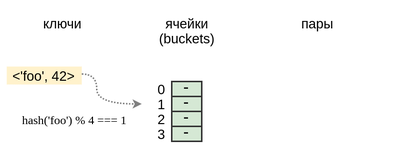
Before: 2021-ru-es6-collection-internals/slides/images/hash-table-2.png, a diagram exported from draw.io (puzpuzpuz/talks). Source tidied: cells renumbered, new cells last; positions are measured from the earlier drawing's top-left corner, leaving out a move shared by most shapes. Its diagram source:
```xml
<mxGraphModel>
  <root>
    <mxCell id="0" />
    <mxCell id="1" parent="0" />
    <mxCell id="2" value="-" style="rounded=0;whiteSpace=wrap;html=1;fillColor=#d5e8d4;strokeColor=#333333;fontSize=11;spacingBottom=4;spacingTop=1;" parent="1" vertex="1">
      <mxGeometry x="110" y="50" width="20" height="10" as="geometry" />
    </mxCell>
    <mxCell id="3" value="0" style="text;html=1;strokeColor=none;fillColor=none;align=right;verticalAlign=middle;whiteSpace=wrap;rounded=0;opacity=0;fontSize=9;spacingRight=2;" parent="1" vertex="1">
      <mxGeometry x="90" y="50" width="20" height="10" as="geometry" />
    </mxCell>
    <mxCell id="4" value="-" style="rounded=0;whiteSpace=wrap;html=1;fillColor=#d5e8d4;strokeColor=#333333;fontSize=11;spacingBottom=4;spacingTop=1;" parent="1" vertex="1">
      <mxGeometry x="110" y="60" width="20" height="10" as="geometry" />
    </mxCell>
    <mxCell id="5" value="1" style="text;html=1;strokeColor=none;fillColor=none;align=right;verticalAlign=middle;whiteSpace=wrap;rounded=0;opacity=0;fontSize=9;spacingRight=2;" parent="1" vertex="1">
      <mxGeometry x="90" y="60" width="20" height="10" as="geometry" />
    </mxCell>
    <mxCell id="6" value="-" style="rounded=0;whiteSpace=wrap;html=1;fillColor=#d5e8d4;strokeColor=#333333;fontSize=11;spacingBottom=4;spacingTop=1;" parent="1" vertex="1">
      <mxGeometry x="110" y="70" width="20" height="10" as="geometry" />
    </mxCell>
    <mxCell id="7" value="2" style="text;html=1;strokeColor=none;fillColor=none;align=right;verticalAlign=middle;whiteSpace=wrap;rounded=0;opacity=0;fontSize=9;spacingRight=2;" parent="1" vertex="1">
      <mxGeometry x="90" y="70" width="20" height="10" as="geometry" />
    </mxCell>
    <mxCell id="8" value="-" style="rounded=0;whiteSpace=wrap;html=1;fillColor=#d5e8d4;strokeColor=#333333;fontSize=11;spacingBottom=4;spacingTop=1;" parent="1" vertex="1">
      <mxGeometry x="110" y="80" width="20" height="10" as="geometry" />
    </mxCell>
    <mxCell id="9" value="3" style="text;html=1;strokeColor=none;fillColor=none;align=right;verticalAlign=middle;whiteSpace=wrap;rounded=0;opacity=0;fontSize=9;spacingRight=2;" parent="1" vertex="1">
      <mxGeometry x="90" y="80" width="20" height="10" as="geometry" />
    </mxCell>
    <mxCell id="10" value="ячейки&lt;br&gt;(buckets)" style="text;html=1;strokeColor=none;fillColor=none;align=center;verticalAlign=top;whiteSpace=wrap;rounded=0;fontSize=9;" parent="1" vertex="1">
      <mxGeometry x="82.5" width="75" height="30" as="geometry" />
    </mxCell>
    <mxCell id="11" value="пары" style="text;html=1;strokeColor=none;fillColor=none;align=center;verticalAlign=top;whiteSpace=wrap;rounded=0;fontSize=9;" parent="1" vertex="1">
      <mxGeometry x="170" width="75" height="30" as="geometry" />
    </mxCell>
    <mxCell id="12" value="ключи" style="text;html=1;strokeColor=none;fillColor=none;align=center;verticalAlign=top;whiteSpace=wrap;rounded=0;fontSize=9;" parent="1" vertex="1">
      <mxGeometry width="75" height="30" as="geometry" />
    </mxCell>
    <mxCell id="13" value="&amp;lt;'foo', 42&amp;gt;" style="rounded=0;whiteSpace=wrap;html=1;fillColor=#fff2cc;labelBorderColor=none;strokeColor=none;fontSize=9;" parent="1" vertex="1">
      <mxGeometry y="40" width="50" height="12" as="geometry" />
    </mxCell>
    <mxCell id="14" style="endArrow=classic;html=1;fontSize=6;startSize=3;endSize=3;edgeStyle=orthogonalEdgeStyle;curved=1;strokeColor=#808080;entryX=0;entryY=0.5;entryDx=0;entryDy=0;dashed=1;dashPattern=1 1;" parent="1" edge="1" target="5">
      <mxGeometry relative="1" as="geometry">
        <mxPoint x="50" y="45" as="sourcePoint" />
        <Array as="points">
          <mxPoint x="50" y="45" />
          <mxPoint x="60" y="45" />
          <mxPoint x="60" y="65" />
        </Array>
      </mxGeometry>
    </mxCell>
    <mxCell id="15" value="&lt;meta charset=&quot;utf-8&quot; style=&quot;font-size: 8px;&quot;&gt;&lt;span style=&quot;color: rgb(0, 0, 0); font-family: &amp;quot;lucida console&amp;quot;; font-size: 8px; font-style: normal; font-weight: 400; letter-spacing: normal; text-align: center; text-indent: 0px; text-transform: none; word-spacing: 0px; display: inline; float: none;&quot;&gt;hash('foo') % 4 === 1&lt;/span&gt;" style="text;html=1;align=center;verticalAlign=middle;whiteSpace=wrap;rounded=0;fontFamily=Lucida Console;fontSize=8;labelBackgroundColor=none;" parent="1" vertex="1">
      <mxGeometry x="7.5" y="66" width="75" height="20" as="geometry" />
    </mxCell>
  </root>
</mxGraphModel>
```
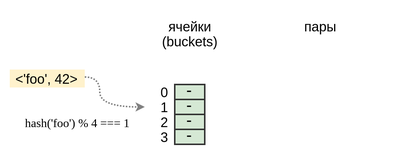
After the commit.

Diff of the diagram source:
```diff
@@ -32,7 +32,7 @@
     <mxCell id="11" value="пары" style="text;html=1;strokeColor=none;fillColor=none;align=center;verticalAlign=top;whiteSpace=wrap;rounded=0;fontSize=9;" parent="1" vertex="1">
       <mxGeometry x="170" width="75" height="30" as="geometry" />
     </mxCell>
-    <mxCell id="12" value="ключи" style="text;html=1;strokeColor=none;fillColor=none;align=center;verticalAlign=top;whiteSpace=wrap;rounded=0;fontSize=9;" parent="1" vertex="1">
+    <mxCell id="12" value="ключи" style="text;html=1;strokeColor=none;fillColor=none;align=center;verticalAlign=top;whiteSpace=wrap;rounded=0;fontSize=9;textOpacity=0;" parent="1" vertex="1">
       <mxGeometry width="75" height="30" as="geometry" />
     </mxCell>
     <mxCell id="13" value="&amp;lt;'foo', 42&amp;gt;" style="rounded=0;whiteSpace=wrap;html=1;fillColor=#fff2cc;labelBorderColor=none;strokeColor=none;fontSize=9;" parent="1" vertex="1">
```
